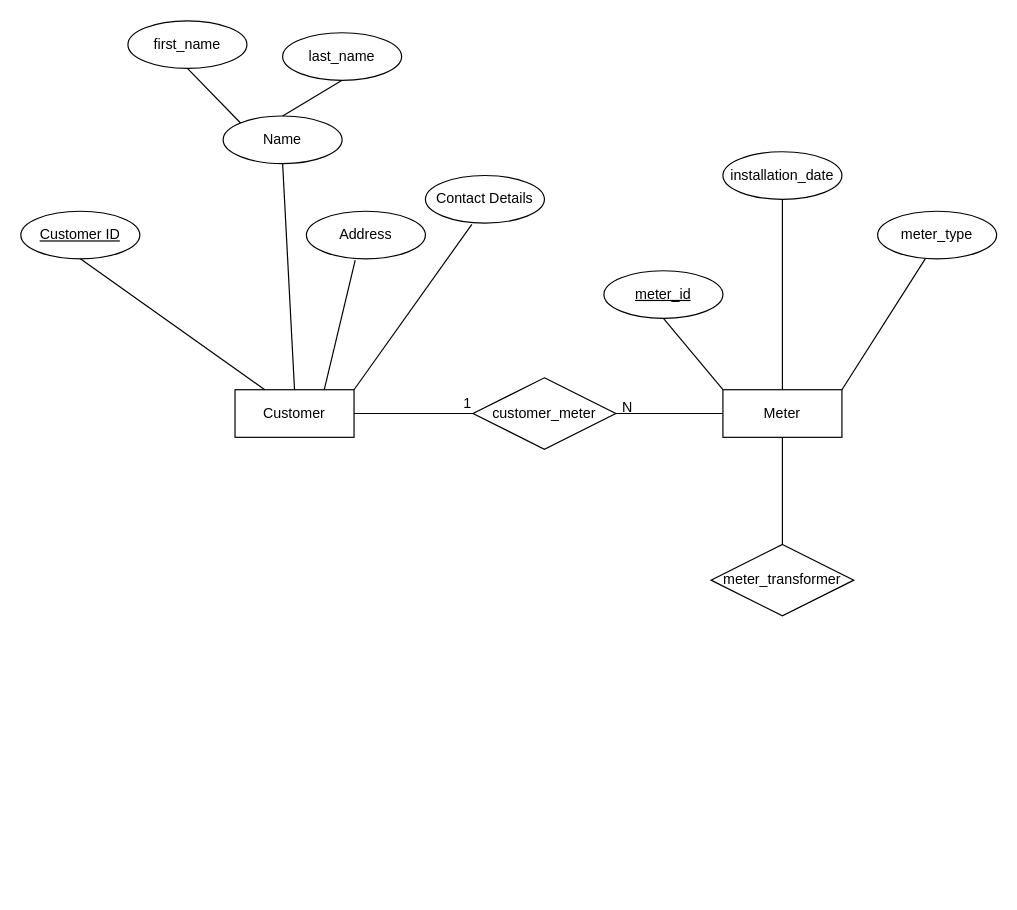
The draw.io diagram ECG Entity Relationship Diagram.drawio in Frederick-Teye/ECG-Entity-Relationship-Diagram, before the edit. Source tidied: cells renumbered, new cells numbered last; positions are measured from the earlier drawing's top-left corner, leaving out a move shared by most shapes. Both pictures are drawn from the tidied source at 119%, with x=0, y=0 at pixel (20, 20).
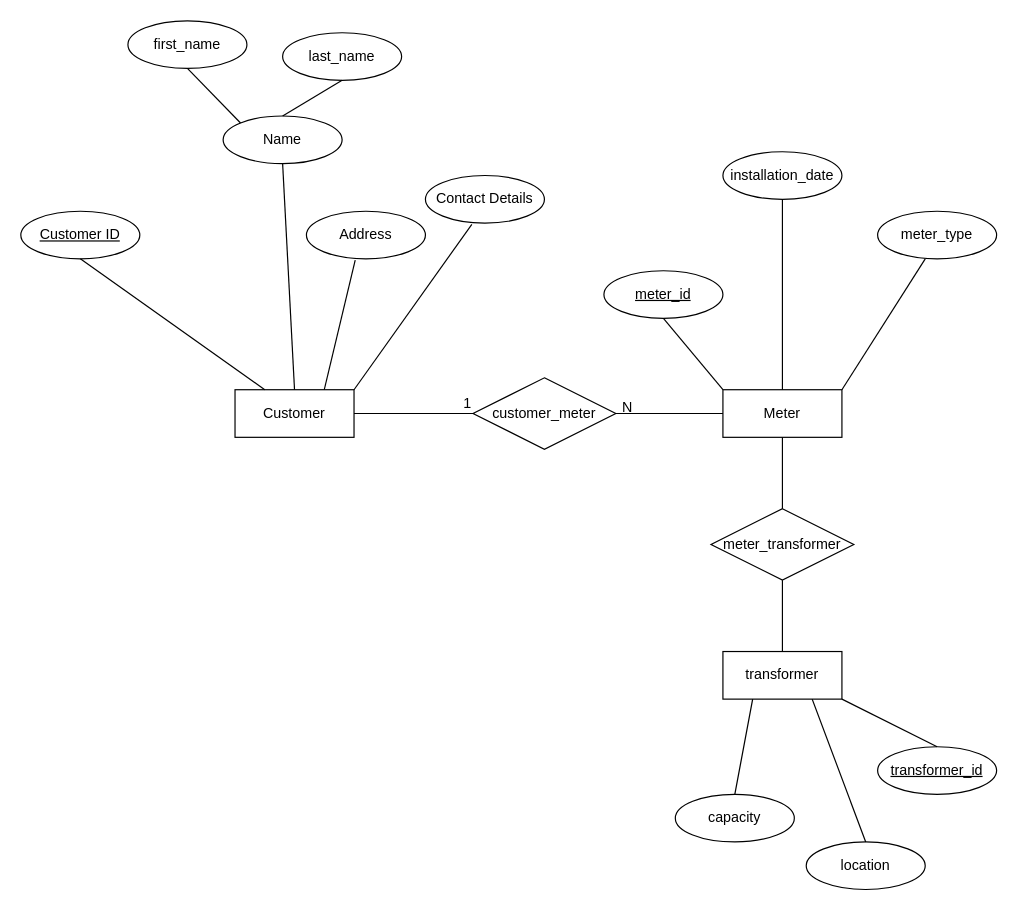
The same diagram, later.

Commit message:
Add transformer entity and it's attributes

The change refers to these unchanged cells:
```xml
<mxCell id="15" value="Meter" style="whiteSpace=wrap;html=1;align=center;" parent="1" vertex="1">
  <mxGeometry x="590" y="310" width="100" height="40" as="geometry" />
</mxCell>
```

Change to the diagram source:
```diff
@@
     <mxCell id="27" value="meter_transformer" style="shape=rhombus;perimeter=rhombusPerimeter;whiteSpace=wrap;html=1;align=center;" parent="1" vertex="1">
-      <mxGeometry x="580" y="440" width="120" height="60" as="geometry" />
+      <mxGeometry x="580" y="410" width="120" height="60" as="geometry" />
     </mxCell>
-    <mxCell id="28" style="endArrow=none;html=1;rounded=0;entryX=0.5;entryY=0;entryDx=0;entryDy=0;exitX=0.5;exitY=1;exitDx=0;exitDy=0;" parent="1" edge="1" source="15" target="27">
-      <mxGeometry relative="1" as="geometry" />
+    <mxCell id="28" style="endArrow=none;html=1;rounded=0;exitX=0.5;exitY=1;exitDx=0;exitDy=0;" parent="1" edge="1" source="15">
+      <mxGeometry relative="1" as="geometry">
+        <mxPoint x="640" y="410" as="targetPoint" />
+      </mxGeometry>
     </mxCell>
+    <mxCell id="29" value="transformer" style="whiteSpace=wrap;html=1;align=center;" parent="1" vertex="1">
+      <mxGeometry x="590" y="530" width="100" height="40" as="geometry" />
+    </mxCell>
+    <mxCell id="30" style="endArrow=none;html=1;rounded=0;entryX=0.5;entryY=0;entryDx=0;entryDy=0;exitX=0.5;exitY=1;exitDx=0;exitDy=0;" parent="1" edge="1" source="27" target="29">
+      <mxGeometry relative="1" as="geometry" />
+    </mxCell>
+    <mxCell id="31" value="transformer_id" style="ellipse;whiteSpace=wrap;html=1;align=center;fontStyle=4;" parent="1" vertex="1">
+      <mxGeometry x="720" y="610" width="100" height="40" as="geometry" />
+    </mxCell>
+    <mxCell id="32" style="endArrow=none;html=1;rounded=0;exitX=1;exitY=1;exitDx=0;exitDy=0;entryX=0.5;entryY=0;entryDx=0;entryDy=0;" parent="1" edge="1" source="29" target="31">
+      <mxGeometry relative="1" as="geometry" />
+    </mxCell>
+    <mxCell id="33" value="location" style="ellipse;whiteSpace=wrap;html=1;align=center;" parent="1" vertex="1">
+      <mxGeometry x="660" y="690" width="100" height="40" as="geometry" />
+    </mxCell>
+    <mxCell id="34" style="endArrow=none;html=1;rounded=0;entryX=0.5;entryY=0;entryDx=0;entryDy=0;exitX=0.75;exitY=1;exitDx=0;exitDy=0;" parent="1" edge="1" source="29" target="33">
+      <mxGeometry relative="1" as="geometry" />
+    </mxCell>
+    <mxCell id="35" value="capacity" style="ellipse;whiteSpace=wrap;html=1;align=center;" parent="1" vertex="1">
+      <mxGeometry x="550" y="650" width="100" height="40" as="geometry" />
+    </mxCell>
+    <mxCell id="36" style="endArrow=none;html=1;rounded=0;entryX=0.25;entryY=1;entryDx=0;entryDy=0;exitX=0.5;exitY=0;exitDx=0;exitDy=0;" parent="1" edge="1" source="35" target="29">
+      <mxGeometry relative="1" as="geometry" />
+    </mxCell>
```
